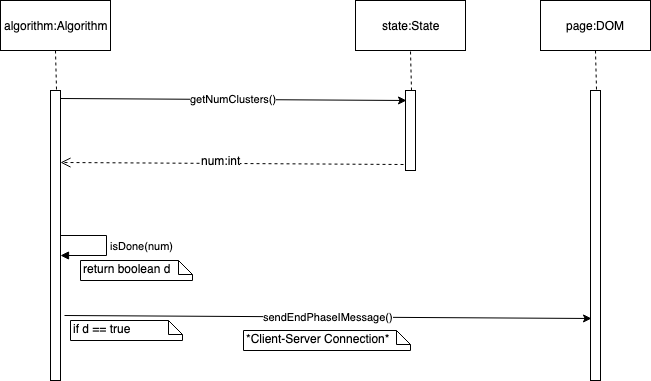
Above: Presentation/SequenceDiagrams/28. Finish Phase I.png in Randypaquette13/CSE308New (draw.io), before the change. Source tidied: cells renumbered, new cells last; positions are measured from the earlier drawing's top-left corner, leaving out a move shared by most shapes. The source it was exported from:
```xml
<mxGraphModel>
  <root>
    <mxCell id="0" />
    <mxCell id="1" parent="0" />
    <mxCell id="2" style="html=1;points=[];perimeter=orthogonalPerimeter;" parent="1" vertex="1">
      <mxGeometry x="50" y="90" width="10" height="290" as="geometry" />
    </mxCell>
    <mxCell id="3" value="algorithm:Algorithm" style="html=1;" parent="1" vertex="1">
      <mxGeometry width="110" height="50" as="geometry" />
    </mxCell>
    <mxCell id="4" style="endArrow=none;dashed=1;html=1;entryX=0.5;entryY=1;entryDx=0;entryDy=0;exitX=0.6;exitY=-0.004;exitDx=0;exitDy=0;exitPerimeter=0;" parent="1" edge="1" source="2" target="3">
      <mxGeometry relative="1" as="geometry" />
    </mxCell>
    <mxCell id="5" style="html=1;points=[];perimeter=orthogonalPerimeter;" parent="1" vertex="1">
      <mxGeometry x="405" y="90" width="10" height="80" as="geometry" />
    </mxCell>
    <mxCell id="6" value="state:State" style="html=1;" parent="1" vertex="1">
      <mxGeometry x="355" width="110" height="50" as="geometry" />
    </mxCell>
    <mxCell id="7" style="endArrow=none;dashed=1;html=1;entryX=0.5;entryY=1;entryDx=0;entryDy=0;exitX=0.6;exitY=-0.004;exitDx=0;exitDy=0;exitPerimeter=0;" parent="1" edge="1" source="5" target="6">
      <mxGeometry relative="1" as="geometry" />
    </mxCell>
    <mxCell id="8" value="getNumClusters()" style="endArrow=classic;html=1;exitX=1;exitY=0.026;exitDx=0;exitDy=0;exitPerimeter=0;entryX=0.1;entryY=0.125;entryDx=0;entryDy=0;entryPerimeter=0;" parent="1" edge="1" source="2" target="5">
      <mxGeometry relative="1" as="geometry" />
    </mxCell>
    <mxCell id="9" style="html=1;points=[];perimeter=orthogonalPerimeter;" parent="1" vertex="1">
      <mxGeometry x="590" y="90" width="10" height="290" as="geometry" />
    </mxCell>
    <mxCell id="10" value="page:DOM" style="html=1;" parent="1" vertex="1">
      <mxGeometry x="540" width="110" height="50" as="geometry" />
    </mxCell>
    <mxCell id="11" style="endArrow=none;dashed=1;html=1;entryX=0.5;entryY=1;entryDx=0;entryDy=0;exitX=0.6;exitY=-0.004;exitDx=0;exitDy=0;exitPerimeter=0;" parent="1" edge="1" source="9" target="10">
      <mxGeometry relative="1" as="geometry" />
    </mxCell>
    <mxCell id="12" value="isDone(num)" style="edgeStyle=orthogonalEdgeStyle;html=1;align=left;spacingLeft=2;endArrow=block;rounded=0;" parent="1" edge="1">
      <mxGeometry relative="1" as="geometry">
        <mxPoint x="60" y="235" as="sourcePoint" />
        <mxPoint x="60" y="255" as="targetPoint" />
        <Array as="points">
          <mxPoint x="106" y="235" />
          <mxPoint x="106" y="255" />
          <mxPoint x="60" y="255" />
        </Array>
      </mxGeometry>
    </mxCell>
    <mxCell id="13" value="return boolean d" style="shape=note;whiteSpace=wrap;html=1;size=14;verticalAlign=top;align=left;spacingTop=-6;" parent="1" vertex="1">
      <mxGeometry x="80" y="260" width="112" height="20" as="geometry" />
    </mxCell>
    <mxCell id="14" value="sendEndPhaseIMessage()" style="endArrow=classic;html=1;entryX=0.1;entryY=0.786;entryDx=0;entryDy=0;entryPerimeter=0;exitX=1.4;exitY=0.776;exitDx=0;exitDy=0;exitPerimeter=0;" parent="1" edge="1" source="2" target="9">
      <mxGeometry relative="1" as="geometry" />
    </mxCell>
    <mxCell id="15" style="html=1;verticalAlign=bottom;endArrow=open;dashed=1;endSize=8;exitX=-0.2;exitY=0.925;exitDx=0;exitDy=0;exitPerimeter=0;entryX=1;entryY=0.248;entryDx=0;entryDy=0;entryPerimeter=0;" parent="1" edge="1" source="5" target="2">
      <mxGeometry relative="1" as="geometry" />
    </mxCell>
    <mxCell id="16" value="num:int" style="text;html=1;align=center;verticalAlign=middle;labelBackgroundColor=#ffffff;" parent="15" vertex="1">
      <mxGeometry x="0.07" y="-3" relative="1" as="geometry" />
    </mxCell>
    <mxCell id="17" value="*Client-Server Connection*" style="shape=note;whiteSpace=wrap;html=1;size=14;verticalAlign=top;align=left;spacingTop=-6;" parent="1" vertex="1">
      <mxGeometry x="243" y="330" width="167" height="20" as="geometry" />
    </mxCell>
    <mxCell id="18" value="if d == true" style="shape=note;whiteSpace=wrap;html=1;size=14;verticalAlign=top;align=left;spacingTop=-6;" parent="1" vertex="1">
      <mxGeometry x="70" y="320" width="112" height="20" as="geometry" />
    </mxCell>
  </root>
</mxGraphModel>
```
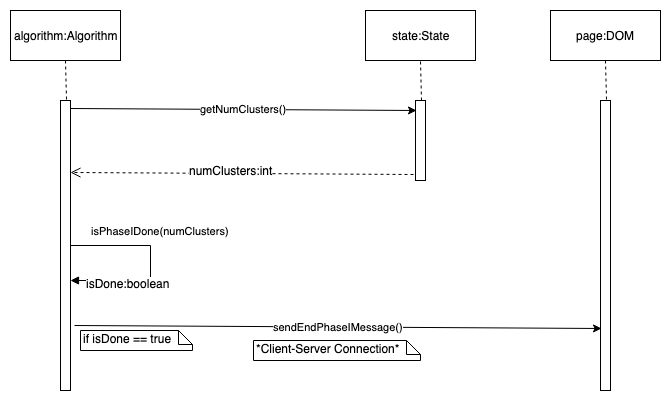
Later version of the same file.

Change to the diagram source:
```diff
@@ -2,64 +2,63 @@
   <root>
     <mxCell id="0" />
     <mxCell id="1" parent="0" />
-    <mxCell id="2" style="html=1;points=[];perimeter=orthogonalPerimeter;" parent="1" vertex="1">
-      <mxGeometry x="50" y="90" width="10" height="290" as="geometry" />
-    </mxCell>
+    <mxCell id="19" style="html=1;points=[];perimeter=orthogonalPerimeter;" parent="1" vertex="1">
+      <mxGeometry x="50" y="90" width="10" height="290" as="geometry" />
+    </mxCell>
     <mxCell id="3" value="algorithm:Algorithm" style="html=1;" parent="1" vertex="1">
       <mxGeometry width="110" height="50" as="geometry" />
     </mxCell>
-    <mxCell id="4" style="endArrow=none;dashed=1;html=1;entryX=0.5;entryY=1;entryDx=0;entryDy=0;exitX=0.6;exitY=-0.004;exitDx=0;exitDy=0;exitPerimeter=0;" parent="1" edge="1" source="2" target="3">
-      <mxGeometry relative="1" as="geometry" />
-    </mxCell>
-    <mxCell id="5" style="html=1;points=[];perimeter=orthogonalPerimeter;" parent="1" vertex="1">
-      <mxGeometry x="405" y="90" width="10" height="80" as="geometry" />
-    </mxCell>
+    <mxCell id="20" style="endArrow=none;dashed=1;html=1;entryX=0.5;entryY=1;entryDx=0;entryDy=0;exitX=0.6;exitY=-0.004;exitDx=0;exitDy=0;exitPerimeter=0;" parent="1" edge="1" source="19" target="3">
+      <mxGeometry relative="1" as="geometry" />
+    </mxCell>
+    <mxCell id="21" style="html=1;points=[];perimeter=orthogonalPerimeter;" parent="1" vertex="1">
+      <mxGeometry x="405" y="90" width="10" height="80" as="geometry" />
+    </mxCell>
     <mxCell id="6" value="state:State" style="html=1;" parent="1" vertex="1">
       <mxGeometry x="355" width="110" height="50" as="geometry" />
     </mxCell>
-    <mxCell id="7" style="endArrow=none;dashed=1;html=1;entryX=0.5;entryY=1;entryDx=0;entryDy=0;exitX=0.6;exitY=-0.004;exitDx=0;exitDy=0;exitPerimeter=0;" parent="1" edge="1" source="5" target="6">
-      <mxGeometry relative="1" as="geometry" />
-    </mxCell>
+    <mxCell id="22" style="endArrow=none;dashed=1;html=1;entryX=0.5;entryY=1;entryDx=0;entryDy=0;exitX=0.6;exitY=-0.004;exitDx=0;exitDy=0;exitPerimeter=0;" parent="1" edge="1" source="21" target="6">
+      <mxGeometry relative="1" as="geometry" />
+    </mxCell>
-    <mxCell id="8" value="getNumClusters()" style="endArrow=classic;html=1;exitX=1;exitY=0.026;exitDx=0;exitDy=0;exitPerimeter=0;entryX=0.1;entryY=0.125;entryDx=0;entryDy=0;entryPerimeter=0;" parent="1" edge="1" source="2" target="5">
+    <mxCell id="8" value="getNumClusters()" style="endArrow=classic;html=1;exitX=1;exitY=0.026;exitDx=0;exitDy=0;exitPerimeter=0;entryX=0.1;entryY=0.125;entryDx=0;entryDy=0;entryPerimeter=0;" parent="1" edge="1" source="19" target="21">
       <mxGeometry relative="1" as="geometry" />
     </mxCell>
-    <mxCell id="9" style="html=1;points=[];perimeter=orthogonalPerimeter;" parent="1" vertex="1">
-      <mxGeometry x="590" y="90" width="10" height="290" as="geometry" />
-    </mxCell>
+    <mxCell id="23" style="html=1;points=[];perimeter=orthogonalPerimeter;" parent="1" vertex="1">
+      <mxGeometry x="590" y="90" width="10" height="290" as="geometry" />
+    </mxCell>
     <mxCell id="10" value="page:DOM" style="html=1;" parent="1" vertex="1">
       <mxGeometry x="540" width="110" height="50" as="geometry" />
     </mxCell>
-    <mxCell id="11" style="endArrow=none;dashed=1;html=1;entryX=0.5;entryY=1;entryDx=0;entryDy=0;exitX=0.6;exitY=-0.004;exitDx=0;exitDy=0;exitPerimeter=0;" parent="1" edge="1" source="9" target="10">
-      <mxGeometry relative="1" as="geometry" />
-    </mxCell>
-    <mxCell id="12" value="isDone(num)" style="edgeStyle=orthogonalEdgeStyle;html=1;align=left;spacingLeft=2;endArrow=block;rounded=0;" parent="1" edge="1">
-      <mxGeometry relative="1" as="geometry">
-        <mxPoint x="60" y="235" as="sourcePoint" />
-        <mxPoint x="60" y="255" as="targetPoint" />
-        <Array as="points">
-          <mxPoint x="106" y="235" />
-          <mxPoint x="106" y="255" />
-          <mxPoint x="60" y="255" />
-        </Array>
-      </mxGeometry>
-    </mxCell>
-    <mxCell id="13" value="return boolean d" style="shape=note;whiteSpace=wrap;html=1;size=14;verticalAlign=top;align=left;spacingTop=-6;" parent="1" vertex="1">
-      <mxGeometry x="80" y="260" width="112" height="20" as="geometry" />
-    </mxCell>
+    <mxCell id="24" style="endArrow=none;dashed=1;html=1;entryX=0.5;entryY=1;entryDx=0;entryDy=0;exitX=0.6;exitY=-0.004;exitDx=0;exitDy=0;exitPerimeter=0;" parent="1" edge="1" source="23" target="10">
+      <mxGeometry relative="1" as="geometry" />
+    </mxCell>
+    <mxCell id="25" value="isPhaseIDone(numClusters)" style="edgeStyle=orthogonalEdgeStyle;html=1;align=left;spacingLeft=2;endArrow=block;rounded=0;" parent="1" edge="1">
+      <mxGeometry x="-0.82" y="15" relative="1" as="geometry">
+        <mxPoint x="60" y="235" as="sourcePoint" />
+        <mxPoint x="60" y="270" as="targetPoint" />
+        <Array as="points">
+          <mxPoint x="140" y="235" />
+          <mxPoint x="140" y="270" />
+        </Array>
+      </mxGeometry>
+    </mxCell>
+    <mxCell id="26" value="isDone:boolean" style="text;html=1;align=center;verticalAlign=middle;labelBackgroundColor=#ffffff;" parent="25" vertex="1">
+      <mxGeometry x="0.41" y="2" relative="1" as="geometry" />
+    </mxCell>
-    <mxCell id="14" value="sendEndPhaseIMessage()" style="endArrow=classic;html=1;entryX=0.1;entryY=0.786;entryDx=0;entryDy=0;entryPerimeter=0;exitX=1.4;exitY=0.776;exitDx=0;exitDy=0;exitPerimeter=0;" parent="1" edge="1" source="2" target="9">
+    <mxCell id="14" value="sendEndPhaseIMessage()" style="endArrow=classic;html=1;entryX=0.1;entryY=0.786;entryDx=0;entryDy=0;entryPerimeter=0;exitX=1.4;exitY=0.776;exitDx=0;exitDy=0;exitPerimeter=0;" parent="1" edge="1" source="19" target="23">
       <mxGeometry relative="1" as="geometry" />
     </mxCell>
-    <mxCell id="15" style="html=1;verticalAlign=bottom;endArrow=open;dashed=1;endSize=8;exitX=-0.2;exitY=0.925;exitDx=0;exitDy=0;exitPerimeter=0;entryX=1;entryY=0.248;entryDx=0;entryDy=0;entryPerimeter=0;" parent="1" edge="1" source="5" target="2">
-      <mxGeometry relative="1" as="geometry" />
-    </mxCell>
-    <mxCell id="16" value="num:int" style="text;html=1;align=center;verticalAlign=middle;labelBackgroundColor=#ffffff;" parent="15" vertex="1">
-      <mxGeometry x="0.07" y="-3" relative="1" as="geometry" />
-    </mxCell>
+    <mxCell id="27" style="html=1;verticalAlign=bottom;endArrow=open;dashed=1;endSize=8;exitX=-0.2;exitY=0.925;exitDx=0;exitDy=0;exitPerimeter=0;entryX=1;entryY=0.248;entryDx=0;entryDy=0;entryPerimeter=0;" parent="1" edge="1" source="21" target="19">
+      <mxGeometry relative="1" as="geometry" />
+    </mxCell>
+    <mxCell id="28" value="numClusters:int" style="text;html=1;align=center;verticalAlign=middle;labelBackgroundColor=#ffffff;" parent="27" vertex="1">
+      <mxGeometry x="0.07" y="-3" relative="1" as="geometry" />
+    </mxCell>
     <mxCell id="17" value="*Client-Server Connection*" style="shape=note;whiteSpace=wrap;html=1;size=14;verticalAlign=top;align=left;spacingTop=-6;" parent="1" vertex="1">
       <mxGeometry x="243" y="330" width="167" height="20" as="geometry" />
     </mxCell>
-    <mxCell id="18" value="if d == true" style="shape=note;whiteSpace=wrap;html=1;size=14;verticalAlign=top;align=left;spacingTop=-6;" parent="1" vertex="1">
-      <mxGeometry x="70" y="320" width="112" height="20" as="geometry" />
-    </mxCell>
+    <mxCell id="29" value="if isDone == true" style="shape=note;whiteSpace=wrap;html=1;size=14;verticalAlign=top;align=left;spacingTop=-6;" parent="1" vertex="1">
+      <mxGeometry x="70" y="320" width="112" height="20" as="geometry" />
+    </mxCell>
   </root>
 </mxGraphModel>
```
